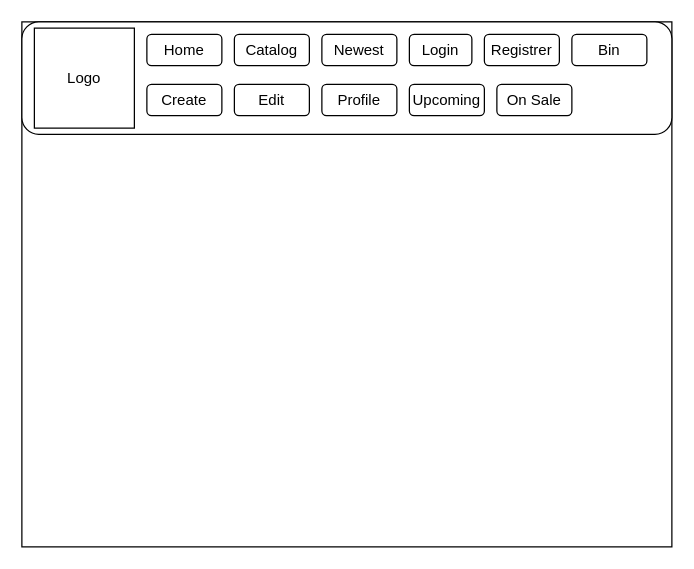
This is page "Header and navigation" (2 of 3) of structure.drawio from StoilTomanov/book-corner, a draw.io file, before an edit. Source tidied: cells renumbered, new cells numbered last; positions are measured from the earlier drawing's top-left corner, leaving out a move shared by most shapes. Both pictures are drawn from the tidied source at 125%, with x=0, y=0 at pixel (21, 21).
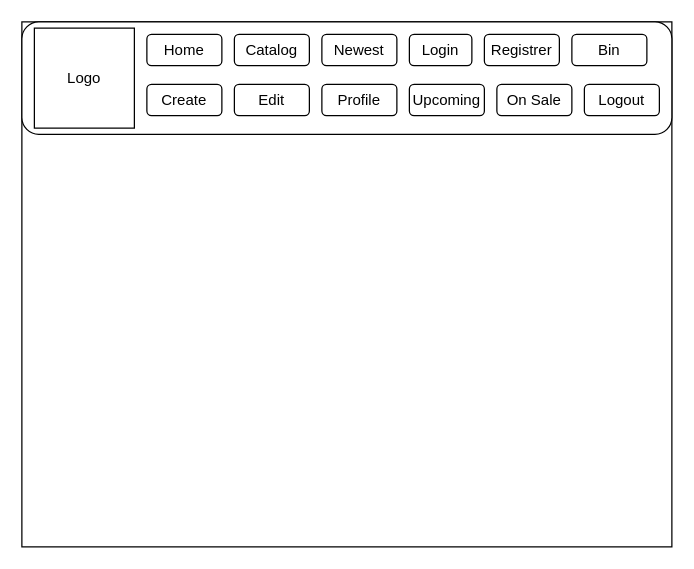
The same diagram, later.

The edit, as a diff of the source:
```diff
@@
 <mxGraphModel>
   <root>
     <mxCell id="0" />
     <mxCell id="1" parent="0" />
     <mxCell id="2" style="rounded=0;whiteSpace=wrap;html=1;" parent="1" vertex="1">
       <mxGeometry width="520" height="420" as="geometry" />
     </mxCell>
     <mxCell id="3" style="rounded=1;whiteSpace=wrap;html=1;" parent="1" vertex="1">
       <mxGeometry width="520" height="90" as="geometry" />
     </mxCell>
     <mxCell id="4" value="Logo" style="whiteSpace=wrap;html=1;" parent="1" vertex="1">
       <mxGeometry x="10" y="5" width="80" height="80" as="geometry" />
     </mxCell>
     <mxCell id="5" value="Home" style="rounded=1;whiteSpace=wrap;html=1;" parent="1" vertex="1">
       <mxGeometry x="100" y="10" width="60" height="25" as="geometry" />
     </mxCell>
     <mxCell id="6" value="Catalog" style="rounded=1;whiteSpace=wrap;html=1;" parent="1" vertex="1">
       <mxGeometry x="170" y="10" width="60" height="25" as="geometry" />
     </mxCell>
     <mxCell id="7" value="Login" style="rounded=1;whiteSpace=wrap;html=1;" parent="1" vertex="1">
       <mxGeometry x="310" y="10" width="50" height="25" as="geometry" />
     </mxCell>
     <mxCell id="8" value="Registrer" style="rounded=1;whiteSpace=wrap;html=1;" parent="1" vertex="1">
       <mxGeometry x="370" y="10" width="60" height="25" as="geometry" />
     </mxCell>
     <mxCell id="9" value="Bin" style="rounded=1;whiteSpace=wrap;html=1;" parent="1" vertex="1">
       <mxGeometry x="440" y="10" width="60" height="25" as="geometry" />
     </mxCell>
     <mxCell id="10" value="Newest" style="rounded=1;whiteSpace=wrap;html=1;" parent="1" vertex="1">
       <mxGeometry x="240" y="10" width="60" height="25" as="geometry" />
     </mxCell>
     <mxCell id="11" value="Create" style="rounded=1;whiteSpace=wrap;html=1;" parent="1" vertex="1">
       <mxGeometry x="100" y="50" width="60" height="25" as="geometry" />
     </mxCell>
     <mxCell id="12" value="Edit" style="rounded=1;whiteSpace=wrap;html=1;" parent="1" vertex="1">
       <mxGeometry x="170" y="50" width="60" height="25" as="geometry" />
     </mxCell>
     <mxCell id="13" value="Profile" style="rounded=1;whiteSpace=wrap;html=1;" parent="1" vertex="1">
       <mxGeometry x="240" y="50" width="60" height="25" as="geometry" />
     </mxCell>
     <mxCell id="14" value="Upcoming" style="rounded=1;whiteSpace=wrap;html=1;" parent="1" vertex="1">
       <mxGeometry x="310" y="50" width="60" height="25" as="geometry" />
     </mxCell>
     <mxCell id="15" value="On Sale" style="rounded=1;whiteSpace=wrap;html=1;" parent="1" vertex="1">
       <mxGeometry x="380" y="50" width="60" height="25" as="geometry" />
     </mxCell>
+    <mxCell id="16" value="Logout" style="rounded=1;whiteSpace=wrap;html=1;" parent="1" vertex="1">
+      <mxGeometry x="450" y="50" width="60" height="25" as="geometry" />
+    </mxCell>
   </root>
 </mxGraphModel>
```
